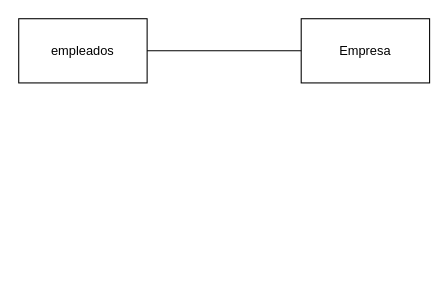
EstebanGitPro/HeeS keeps this draw.io diagram as Modelo de Dominio.drawio. Above is the earlier version. Source tidied: cells renumbered, new cells numbered last; positions are measured from the earlier drawing's top-left corner, leaving out a move shared by most shapes. Both pictures are drawn from the tidied source at 107%, with x=0, y=0 at pixel (18, 18).
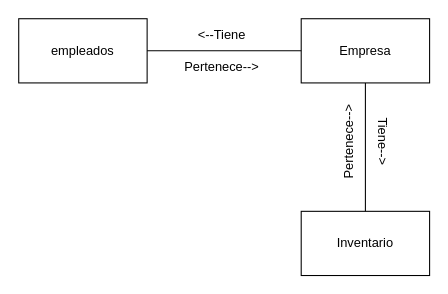
After the change.

The edit, as a diff of the source:
```diff
@@
 <mxGraphModel>
   <root>
     <mxCell id="0" />
     <mxCell id="1" parent="0" />
     <mxCell id="2" value="empleados" style="rounded=0;whiteSpace=wrap;html=1;" parent="1" vertex="1">
       <mxGeometry width="120" height="60" as="geometry" />
     </mxCell>
     <mxCell id="3" value="Empresa" style="rounded=0;whiteSpace=wrap;html=1;" parent="1" vertex="1">
       <mxGeometry x="264" width="120" height="60" as="geometry" />
     </mxCell>
     <mxCell id="4" style="endArrow=none;html=1;rounded=0;entryX=0;entryY=0.5;entryDx=0;entryDy=0;" parent="1" edge="1" target="3">
       <mxGeometry relative="1" as="geometry">
         <mxPoint x="120" y="30" as="sourcePoint" />
       </mxGeometry>
     </mxCell>
+    <mxCell id="5" value="Inventario" style="rounded=0;whiteSpace=wrap;html=1;" parent="1" vertex="1">
+      <mxGeometry x="264" y="180" width="120" height="60" as="geometry" />
+    </mxCell>
+    <mxCell id="6" style="endArrow=none;html=1;rounded=0;entryX=0.5;entryY=0;entryDx=0;entryDy=0;exitX=0.5;exitY=1;exitDx=0;exitDy=0;" parent="1" edge="1" source="3" target="5">
+      <mxGeometry relative="1" as="geometry" />
+    </mxCell>
+    <mxCell id="7" value="&amp;lt;--Tiene" style="text;html=1;strokeColor=none;fillColor=none;align=center;verticalAlign=middle;whiteSpace=wrap;rounded=0;" parent="1" vertex="1">
+      <mxGeometry x="160" width="60" height="30" as="geometry" />
+    </mxCell>
+    <mxCell id="8" value="Pertenece--&amp;gt;" style="text;html=1;strokeColor=none;fillColor=none;align=center;verticalAlign=middle;whiteSpace=wrap;rounded=0;" parent="1" vertex="1">
+      <mxGeometry x="150" y="30" width="80" height="30" as="geometry" />
+    </mxCell>
+    <mxCell id="9" value="Tiene--&amp;gt;" style="text;html=1;strokeColor=none;fillColor=none;align=center;verticalAlign=middle;whiteSpace=wrap;rounded=0;rotation=90;" parent="1" vertex="1">
+      <mxGeometry x="310" y="100" width="60" height="30" as="geometry" />
+    </mxCell>
+    <mxCell id="10" value="Pertenece--&amp;gt;" style="text;html=1;strokeColor=none;fillColor=none;align=center;verticalAlign=middle;whiteSpace=wrap;rounded=0;rotation=270;" parent="1" vertex="1">
+      <mxGeometry x="264" y="100" width="90" height="30" as="geometry" />
+    </mxCell>
   </root>
 </mxGraphModel>
```
